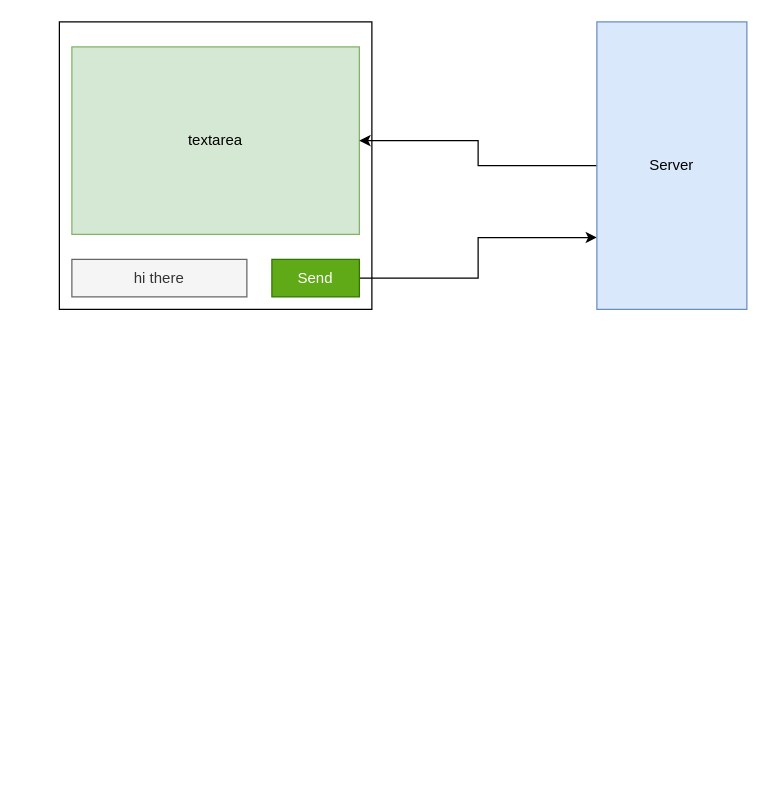
The draw.io diagram page "Page-13" (13 of 13) of refs/diagrams.drawio in synergy2411/mar-22-brillo, before the edit. Source tidied: cells renumbered, new cells numbered last; positions are measured from the earlier drawing's top-left corner, leaving out a move shared by most shapes. Both pictures are drawn from the tidied source at 125%, with x=0, y=0 at pixel (59, 21).
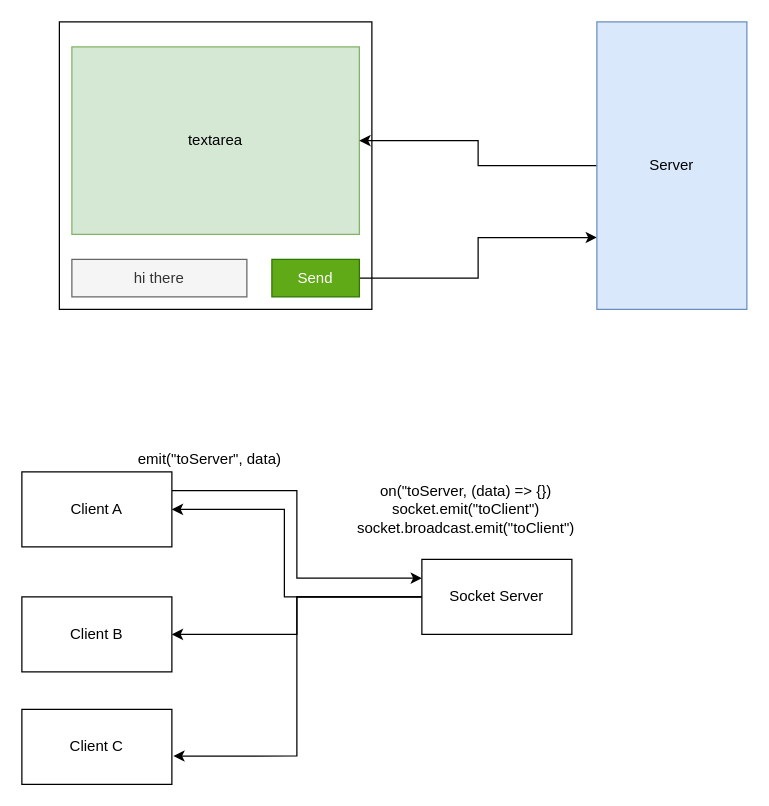
The same diagram, later.

Diff of the diagram source:
```diff
@@
+    <mxCell id="9" style="edgeStyle=orthogonalEdgeStyle;rounded=0;jettySize=auto;html=1;exitX=1;exitY=0.25;exitDx=0;exitDy=0;entryX=0;entryY=0.25;entryDx=0;entryDy=0;" parent="1" edge="1" source="10" target="15">
+      <mxGeometry relative="1" as="geometry" />
+    </mxCell>
+    <mxCell id="10" value="Client A" style="rounded=0;whiteSpace=wrap;html=1;" parent="1" vertex="1">
+      <mxGeometry x="-30" y="360" width="120" height="60" as="geometry" />
+    </mxCell>
+    <mxCell id="11" value="Client B" style="rounded=0;whiteSpace=wrap;html=1;" parent="1" vertex="1">
+      <mxGeometry x="-30" y="460" width="120" height="60" as="geometry" />
+    </mxCell>
+    <mxCell id="12" style="edgeStyle=orthogonalEdgeStyle;rounded=0;jettySize=auto;html=1;exitX=0;exitY=0.5;exitDx=0;exitDy=0;entryX=1;entryY=0.5;entryDx=0;entryDy=0;" parent="1" edge="1" source="15" target="11">
+      <mxGeometry relative="1" as="geometry" />
+    </mxCell>
+    <mxCell id="13" style="edgeStyle=orthogonalEdgeStyle;rounded=0;jettySize=auto;html=1;exitX=0;exitY=0.5;exitDx=0;exitDy=0;entryX=1.01;entryY=0.622;entryDx=0;entryDy=0;entryPerimeter=0;" parent="1" edge="1" source="15" target="18">
+      <mxGeometry relative="1" as="geometry">
+        <Array as="points">
+          <mxPoint x="190" y="460" />
+          <mxPoint x="190" y="587" />
+        </Array>
+      </mxGeometry>
+    </mxCell>
+    <mxCell id="14" style="edgeStyle=orthogonalEdgeStyle;rounded=0;jettySize=auto;html=1;exitX=0;exitY=0.5;exitDx=0;exitDy=0;entryX=1;entryY=0.5;entryDx=0;entryDy=0;" parent="1" edge="1" source="15" target="10">
+      <mxGeometry relative="1" as="geometry">
+        <Array as="points">
+          <mxPoint x="180" y="460" />
+          <mxPoint x="180" y="390" />
+        </Array>
+      </mxGeometry>
+    </mxCell>
+    <mxCell id="15" value="Socket Server" style="rounded=0;whiteSpace=wrap;html=1;" parent="1" vertex="1">
+      <mxGeometry x="290" y="430" width="120" height="60" as="geometry" />
+    </mxCell>
+    <mxCell id="16" value="emit(&quot;toServer&quot;, data)" style="text;html=1;align=center;verticalAlign=middle;strokeColor=none;fillColor=none;" parent="1" vertex="1">
+      <mxGeometry x="55" y="340" width="130" height="20" as="geometry" />
+    </mxCell>
+    <mxCell id="17" value="on(&quot;toServer, (data) =&amp;gt; {})&lt;br&gt;socket.emit(&quot;toClient&quot;)&lt;br&gt;socket.broadcast.emit(&quot;toClient&quot;)" style="text;html=1;align=center;verticalAlign=middle;strokeColor=none;fillColor=none;" parent="1" vertex="1">
+      <mxGeometry x="230" y="365" width="190" height="50" as="geometry" />
+    </mxCell>
+    <mxCell id="18" value="Client C" style="rounded=0;whiteSpace=wrap;html=1;" parent="1" vertex="1">
+      <mxGeometry x="-30" y="550" width="120" height="60" as="geometry" />
+    </mxCell>
```
